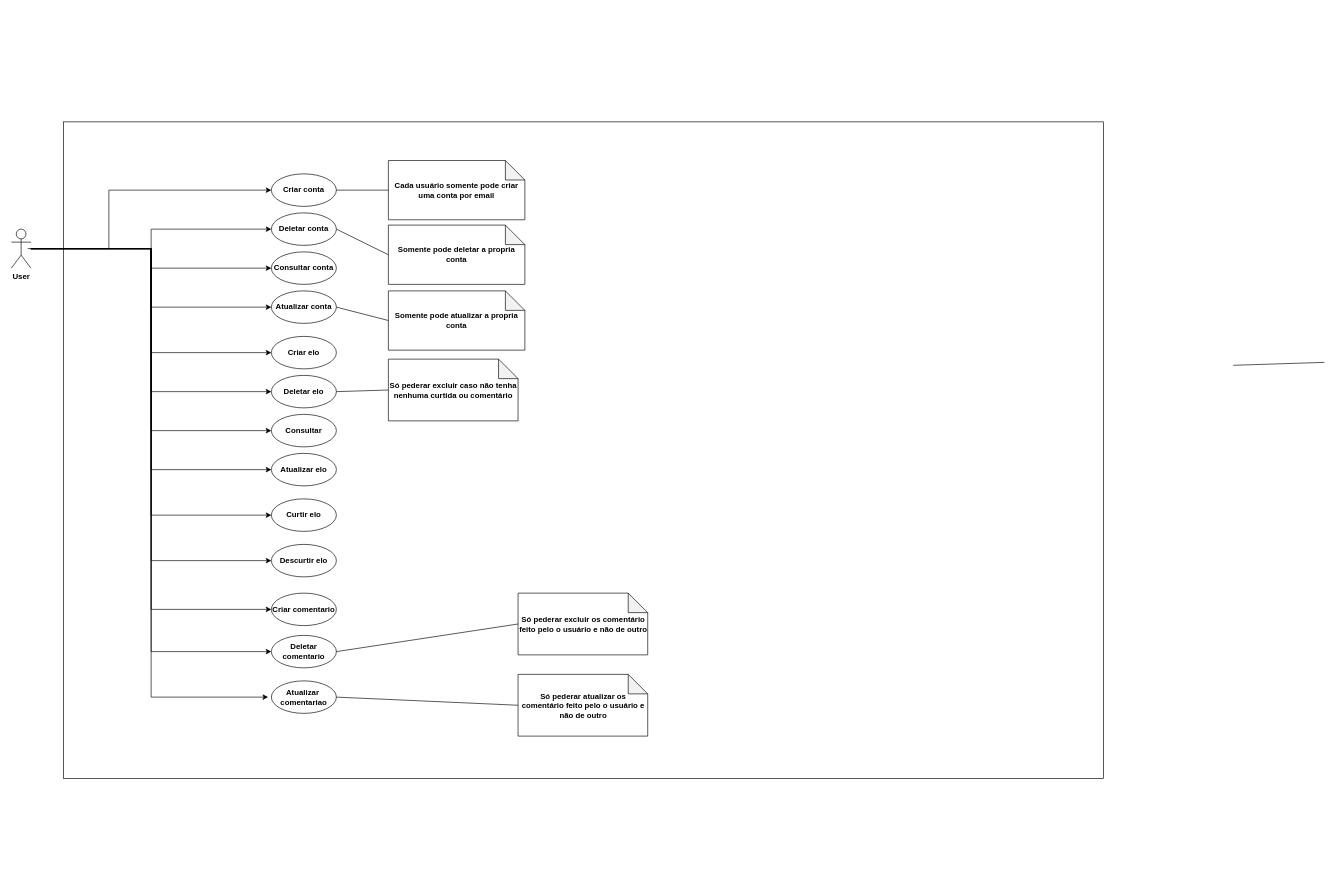
Earlier version of the draw.io diagram images/usecases.drawio (jadson179/recobook). Source tidied: cells renumbered, new cells numbered last; positions are measured from the earlier drawing's top-left corner, leaving out a move shared by most shapes. Both pictures are drawn from the tidied source at 65%, with x=0, y=0 at pixel (11, 122).
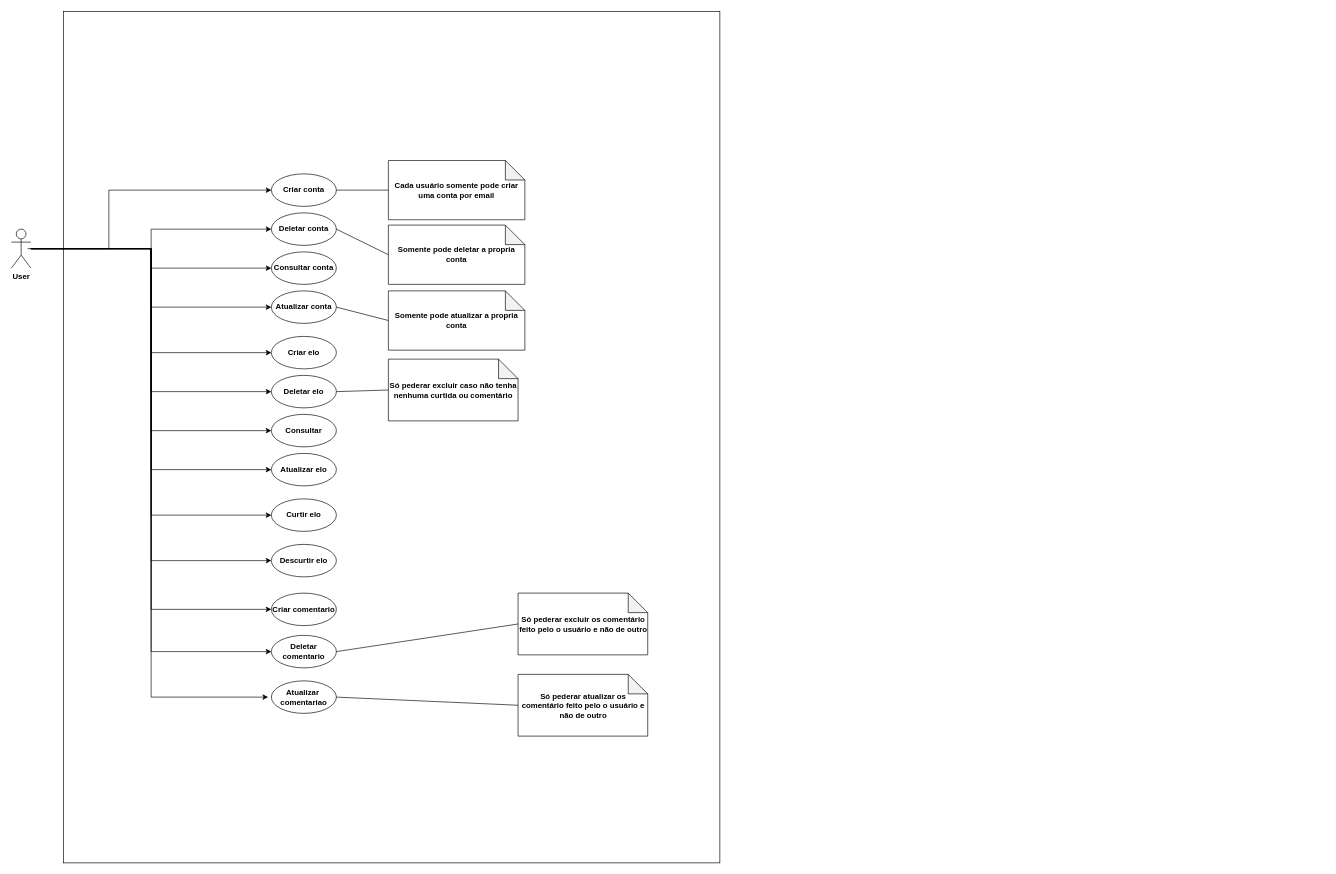
Above is the later version.

Commit message (it also covers changes not shown here):
Atualizado caso de uso

Change to the diagram source:
```diff
@@
     <mxCell id="2" style="rounded=0;whiteSpace=wrap;html=1;" parent="1" vertex="1">
-      <mxGeometry x="80" width="1600" height="1010" as="geometry" />
+      <mxGeometry x="80" y="-170" width="1010" height="1310" as="geometry" />
     </mxCell>
@@
-    <mxCell id="33" style="endArrow=none;html=1;exitX=0.999;exitY=0.611;exitDx=0;exitDy=0;exitPerimeter=0;entryX=0;entryY=0.5;entryDx=0;entryDy=0;" parent="1" edge="1">
-      <mxGeometry relative="1" as="geometry">
-        <mxPoint x="1879.8" y="374.5" as="sourcePoint" />
-        <mxPoint x="2020" y="370" as="targetPoint" />
-      </mxGeometry>
-    </mxCell>
```
